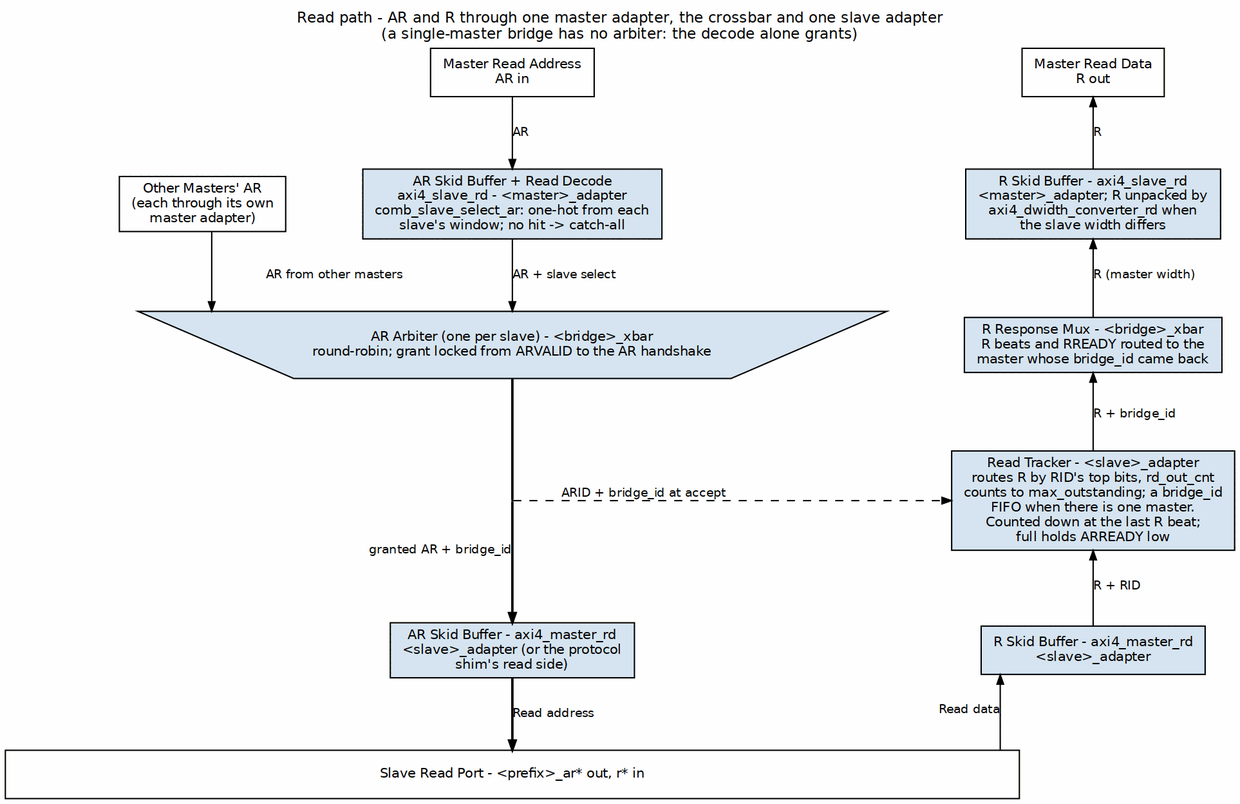
Before: projects/components/fabric-gen-ip/bridge/docs/bridge_has/assets/graphviz/read_path_flow.png, a diagram exported from Graphviz (sean-galloway/RTLDesignSherpa). Its source is kept beside it as projects/components/fabric-gen-ip/bridge/docs/bridge_has/assets/graphviz/read_path_flow.dot.
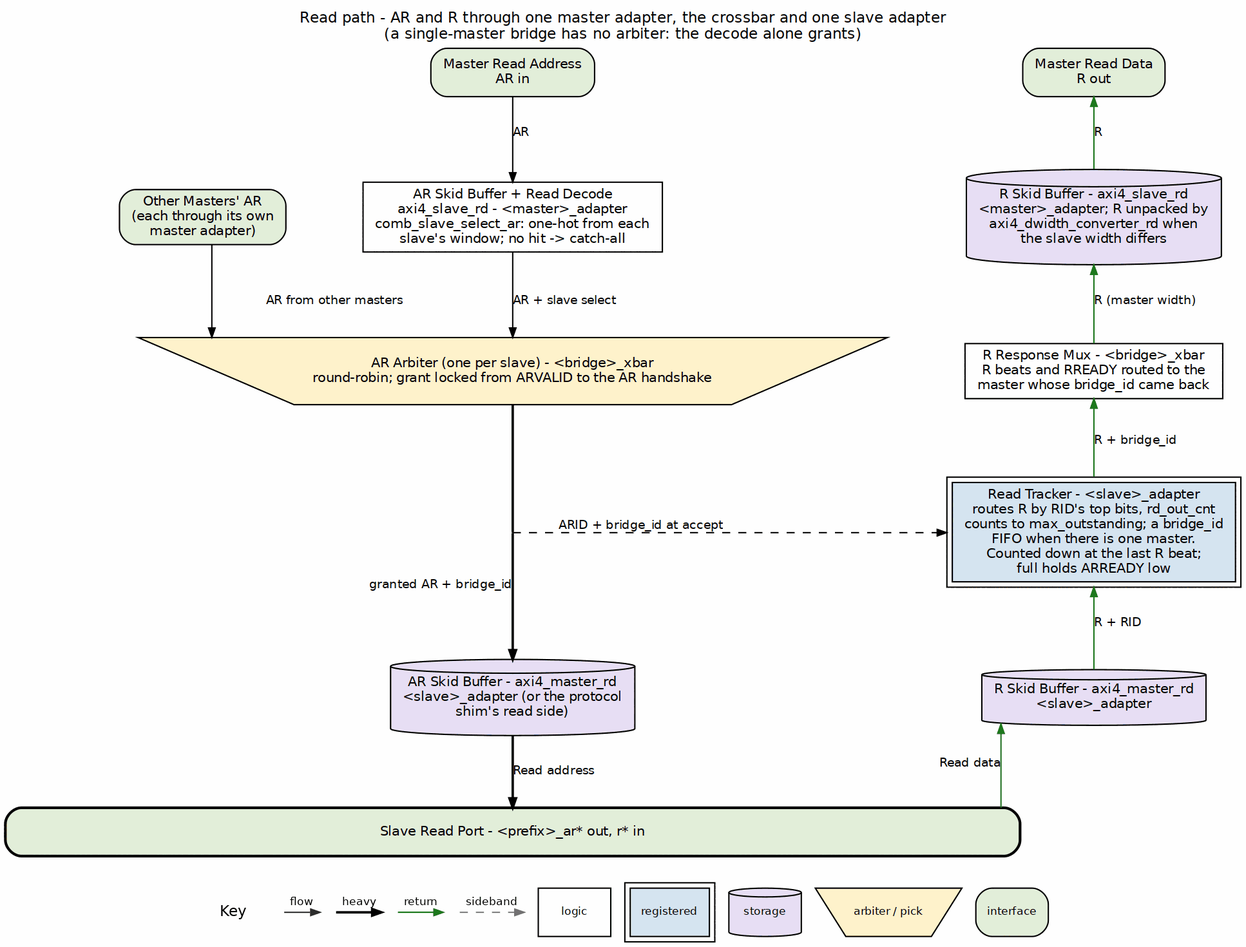
After the change.

Change to the diagram source:
```diff
@@ -3,40 +3,40 @@
            nodesep="0.40", ranksep="0.60", splines=ortho, labelloc=t,
            label="Read path - AR and R through one master adapter, the crossbar and one slave adapter\n(a single-master bridge has no arbiter: the decode alone grants)"];
     node  [fontname="Helvetica", fontsize=10, shape=box, style=filled,
-           fillcolor="#D6E4F0", color="black", margin="0.12,0.06"];
+           fillcolor="white", color="black", margin="0.12,0.06"];
     edge  [fontname="Helvetica", fontsize=9, color="black", arrowsize=0.7];
 
-    pc [label="Master Read Address\nAR in", fillcolor="white", group=C];
-    pr [label="Master Read Data\nR out", fillcolor="white", group=R];
+    pc [label="Master Read Address\nAR in", fillcolor="white", group=C, style="rounded,filled", fillcolor="#E2EFDA"];
+    pr [label="Master Read Data\nR out", fillcolor="white", group=R, style="rounded,filled", fillcolor="#E2EFDA"];
     { rank=same; pc; pr; }
     pc -> pr [style=invis];
-    others [label="Other Masters' AR\n(each through its own\nmaster adapter)", fillcolor="white"];
-    mC [label="AR Skid Buffer + Read Decode\naxi4_slave_rd - <master>_adapter\ncomb_slave_select_ar: one-hot from each\nslave's window; no hit -> catch-all", group=C];
-    mR [label="R Skid Buffer - axi4_slave_rd\n<master>_adapter; R unpacked by\naxi4_dwidth_converter_rd when\nthe slave width differs", group=R];
+    others [label="Other Masters' AR\n(each through its own\nmaster adapter)", fillcolor="white", style="rounded,filled", fillcolor="#E2EFDA"];
+    mC [label="AR Skid Buffer + Read Decode\naxi4_slave_rd - <master>_adapter\ncomb_slave_select_ar: one-hot from each\nslave's window; no hit -> catch-all", group=C, style="filled", fillcolor="white"];
+    mR [label="R Skid Buffer - axi4_slave_rd\n<master>_adapter; R unpacked by\naxi4_dwidth_converter_rd when\nthe slave width differs", group=R, shape=cylinder, style="filled", fillcolor="#E8DFF5"];
     { rank=same; others; mC; mR; }
     others -> mC -> mR [style=invis];
-    arb [label="AR Arbiter (one per slave) - <bridge>_xbar\nround-robin; grant locked from ARVALID to the AR handshake", shape=invtrapezium, width=6.4, height=0.7, group=C];
-    rmux [label="R Response Mux - <bridge>_xbar\nR beats and RREADY routed to the\nmaster whose bridge_id came back", group=R];
+    arb [label="AR Arbiter (one per slave) - <bridge>_xbar\nround-robin; grant locked from ARVALID to the AR handshake", shape=invtrapezium, width=6.4, height=0.7, group=C, style="filled", fillcolor="#FFF2CC"];
+    rmux [label="R Response Mux - <bridge>_xbar\nR beats and RREADY routed to the\nmaster whose bridge_id came back", group=R, style="filled", fillcolor="white"];
     { rank=same; arb; rmux; }
     arb -> rmux [style=invis];
     pc3 [shape=point, width=0.01, label="", group=C];
-    trk [label="Read Tracker - <slave>_adapter\nroutes R by RID's top bits, rd_out_cnt\ncounts to max_outstanding; a bridge_id\nFIFO when there is one master.\nCounted down at the last R beat;\nfull holds ARREADY low", group=R];
+    trk [label="Read Tracker - <slave>_adapter\nroutes R by RID's top bits, rd_out_cnt\ncounts to max_outstanding; a bridge_id\nFIFO when there is one master.\nCounted down at the last R beat;\nfull holds ARREADY low", group=R, peripheries=2, style="filled", fillcolor="#D6E4F0"];
     { rank=same; pc3; trk; }
-    sC [label="AR Skid Buffer - axi4_master_rd\n<slave>_adapter (or the protocol\nshim's read side)", group=C];
-    sR [label="R Skid Buffer - axi4_master_rd\n<slave>_adapter", group=R];
+    sC [label="AR Skid Buffer - axi4_master_rd\n<slave>_adapter (or the protocol\nshim's read side)", group=C, shape=cylinder, style="filled", fillcolor="#E8DFF5"];
+    sR [label="R Skid Buffer - axi4_master_rd\n<slave>_adapter", group=R, shape=cylinder, style="filled", fillcolor="#E8DFF5"];
     { rank=same; sC; sR; }
     sC -> sR [style=invis];
-    bar [label="Slave Read Port - <prefix>_ar* out, r* in", fillcolor="white", width=10.5, group=C];
+    bar [label="Slave Read Port - <prefix>_ar* out, r* in", fillcolor="white", width=10.5, group=C, style="rounded,filled,bold", fillcolor="#E2EFDA"];
     pc -> mC [label="AR"];
     mC -> arb [label="AR + slave select"];
     others -> arb [label="AR from other masters"];
     arb -> pc3 [dir=none, penwidth=1.8];
     pc3 -> sC [xlabel="granted AR + bridge_id", penwidth=1.8];
     sC -> bar [label="Read address", penwidth=1.8];
-    pr -> mR [dir=back, label="R"];
-    mR -> rmux [dir=back, label="R (master width)"];
-    rmux -> trk [dir=back, label="R + bridge_id"];
-    trk -> sR [dir=back, label="R + RID"];
-    sR -> bar [dir=back, xlabel="Read data"];
+    pr -> mR [color="#1A7A1A", dir=back, label="R"];
+    mR -> rmux [color="#1A7A1A", dir=back, label="R (master width)"];
+    rmux -> trk [color="#1A7A1A", dir=back, label="R + bridge_id"];
+    trk -> sR [color="#1A7A1A", dir=back, label="R + RID"];
+    sR -> bar [color="#1A7A1A", dir=back, xlabel="Read data"];
     pc3 -> trk [style=dashed, xlabel="ARID + bridge_id at accept"];
 }
```
